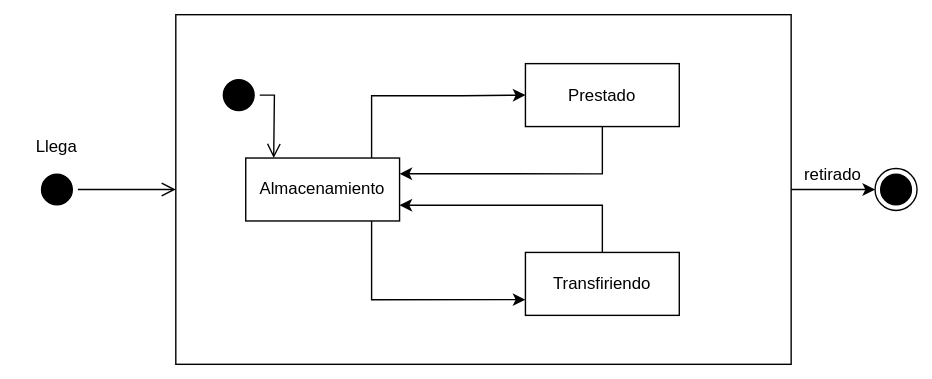
Above: assets/Diagrama de estados objeto.drawio.svg in Emilio-115/Proyecto-IR-G2-12 (draw.io), before the change. Source tidied: cells renumbered, new cells last; positions are measured from the earlier drawing's top-left corner, leaving out a move shared by most shapes. The source it was exported from:
```xml
<mxGraphModel>
  <root>
    <mxCell id="0" />
    <mxCell id="1" parent="0" />
    <mxCell id="2" style="edgeStyle=orthogonalEdgeStyle;rounded=0;jettySize=auto;html=1;entryX=0;entryY=0.5;entryDx=0;entryDy=0;" parent="1" edge="1" source="3" target="16">
      <mxGeometry relative="1" as="geometry" />
    </mxCell>
    <mxCell id="3" style="rounded=0;whiteSpace=wrap;html=1;" parent="1" vertex="1">
      <mxGeometry x="115" width="440" height="250" as="geometry" />
    </mxCell>
    <mxCell id="4" style="ellipse;html=1;shape=startState;fillColor=#000000;strokeColor=#000000;" parent="1" vertex="1">
      <mxGeometry x="15" y="110" width="30" height="30" as="geometry" />
    </mxCell>
    <mxCell id="5" style="edgeStyle=orthogonalEdgeStyle;html=1;verticalAlign=bottom;endArrow=open;endSize=8;strokeColor=#000000;rounded=0;" parent="1" edge="1" source="4">
      <mxGeometry relative="1" as="geometry">
        <mxPoint x="115" y="125" as="targetPoint" />
      </mxGeometry>
    </mxCell>
    <mxCell id="6" value="Llega" style="text;html=1;align=center;verticalAlign=middle;whiteSpace=wrap;rounded=0;" parent="1" vertex="1">
      <mxGeometry y="80" width="60" height="30" as="geometry" />
    </mxCell>
    <mxCell id="7" style="edgeStyle=orthogonalEdgeStyle;rounded=0;jettySize=auto;html=1;entryX=1;entryY=0.25;entryDx=0;entryDy=0;" parent="1" edge="1" source="8" target="12">
      <mxGeometry relative="1" as="geometry">
        <Array as="points">
          <mxPoint x="420" y="114" />
        </Array>
      </mxGeometry>
    </mxCell>
    <mxCell id="8" value="Prestado" style="rounded=0;whiteSpace=wrap;html=1;" parent="1" vertex="1">
      <mxGeometry x="365" y="35" width="110" height="45" as="geometry" />
    </mxCell>
    <mxCell id="9" style="ellipse;html=1;shape=startState;fillColor=#000000;strokeColor=#000000;" parent="1" vertex="1">
      <mxGeometry x="145" y="42.5" width="30" height="30" as="geometry" />
    </mxCell>
    <mxCell id="10" style="edgeStyle=orthogonalEdgeStyle;html=1;verticalAlign=bottom;endArrow=open;endSize=8;strokeColor=#000000;rounded=0;" parent="1" edge="1" source="9">
      <mxGeometry relative="1" as="geometry">
        <mxPoint x="185" y="102.5" as="targetPoint" />
      </mxGeometry>
    </mxCell>
    <mxCell id="11" style="edgeStyle=orthogonalEdgeStyle;rounded=0;jettySize=auto;html=1;entryX=0;entryY=0.5;entryDx=0;entryDy=0;" parent="1" edge="1" source="12" target="8">
      <mxGeometry relative="1" as="geometry">
        <Array as="points">
          <mxPoint x="255" y="58" />
          <mxPoint x="320" y="58" />
        </Array>
      </mxGeometry>
    </mxCell>
    <mxCell id="12" value="Almacenamiento" style="rounded=0;whiteSpace=wrap;html=1;" parent="1" vertex="1">
      <mxGeometry x="165" y="102.5" width="110" height="45" as="geometry" />
    </mxCell>
    <mxCell id="13" style="edgeStyle=orthogonalEdgeStyle;rounded=0;jettySize=auto;html=1;entryX=1;entryY=0.75;entryDx=0;entryDy=0;" parent="1" edge="1" source="14" target="12">
      <mxGeometry relative="1" as="geometry">
        <Array as="points">
          <mxPoint x="420" y="136" />
        </Array>
      </mxGeometry>
    </mxCell>
    <mxCell id="14" value="Transfiriendo" style="rounded=0;whiteSpace=wrap;html=1;" parent="1" vertex="1">
      <mxGeometry x="365" y="170" width="110" height="45" as="geometry" />
    </mxCell>
    <mxCell id="15" style="edgeStyle=orthogonalEdgeStyle;rounded=0;jettySize=auto;html=1;entryX=0;entryY=0.75;entryDx=0;entryDy=0;" parent="1" edge="1" source="12" target="14">
      <mxGeometry relative="1" as="geometry">
        <Array as="points">
          <mxPoint x="255" y="204" />
        </Array>
      </mxGeometry>
    </mxCell>
    <mxCell id="16" style="ellipse;html=1;shape=endState;fillColor=#000000;strokeColor=#000000;" parent="1" vertex="1">
      <mxGeometry x="615" y="110" width="30" height="30" as="geometry" />
    </mxCell>
    <mxCell id="17" value="retirado" style="text;html=1;align=center;verticalAlign=middle;whiteSpace=wrap;rounded=0;" parent="1" vertex="1">
      <mxGeometry x="555" y="100" width="60" height="30" as="geometry" />
    </mxCell>
  </root>
</mxGraphModel>
```
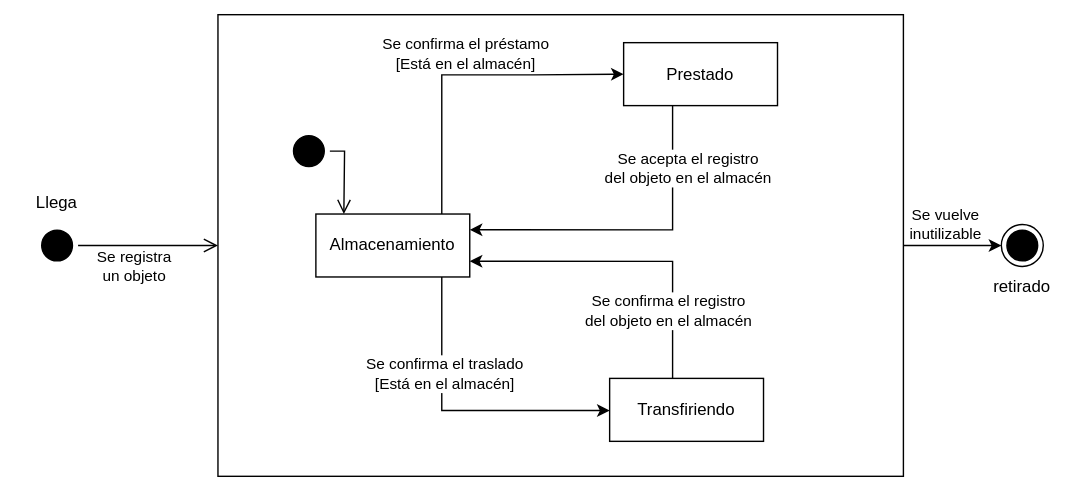
Later version of the same file.

Commit message:
añadir eventos diagrama de estados

The edit, as a diff of the source:
```diff
@@ -5,19 +5,27 @@
     <mxCell id="2" style="edgeStyle=orthogonalEdgeStyle;rounded=0;jettySize=auto;html=1;entryX=0;entryY=0.5;entryDx=0;entryDy=0;" parent="1" edge="1" source="3" target="16">
       <mxGeometry relative="1" as="geometry" />
     </mxCell>
+    <mxCell id="18" value="Se vuelve &lt;br&gt;inutilizable" style="edgeLabel;html=1;align=center;verticalAlign=middle;" parent="2" vertex="1">
+      <mxGeometry x="-0.38" y="-2" relative="1" as="geometry">
+        <mxPoint x="8" y="-17" as="offset" />
+      </mxGeometry>
+    </mxCell>
     <mxCell id="3" style="rounded=0;whiteSpace=wrap;html=1;" parent="1" vertex="1">
-      <mxGeometry x="115" width="440" height="250" as="geometry" />
+      <mxGeometry x="95" y="-40" width="490" height="330" as="geometry" />
     </mxCell>
     <mxCell id="4" style="ellipse;html=1;shape=startState;fillColor=#000000;strokeColor=#000000;" parent="1" vertex="1">
-      <mxGeometry x="15" y="110" width="30" height="30" as="geometry" />
+      <mxGeometry x="-35" y="110" width="30" height="30" as="geometry" />
     </mxCell>
-    <mxCell id="5" style="edgeStyle=orthogonalEdgeStyle;html=1;verticalAlign=bottom;endArrow=open;endSize=8;strokeColor=#000000;rounded=0;" parent="1" edge="1" source="4">
-      <mxGeometry relative="1" as="geometry">
-        <mxPoint x="115" y="125" as="targetPoint" />
-      </mxGeometry>
+    <mxCell id="5" style="edgeStyle=orthogonalEdgeStyle;html=1;verticalAlign=bottom;endArrow=open;endSize=8;strokeColor=#000000;rounded=0;" parent="1" edge="1" source="4" target="3">
+      <mxGeometry relative="1" as="geometry" />
     </mxCell>
+    <mxCell id="19" value="Se registra&lt;br&gt;un objeto" style="edgeLabel;html=1;align=center;verticalAlign=middle;" parent="5" vertex="1">
+      <mxGeometry x="-0.24" y="1" relative="1" as="geometry">
+        <mxPoint x="2" y="16" as="offset" />
+      </mxGeometry>
+    </mxCell>
     <mxCell id="6" value="Llega" style="text;html=1;align=center;verticalAlign=middle;whiteSpace=wrap;rounded=0;" parent="1" vertex="1">
-      <mxGeometry y="80" width="60" height="30" as="geometry" />
+      <mxGeometry x="-50" y="80" width="60" height="30" as="geometry" />
     </mxCell>
     <mxCell id="7" style="edgeStyle=orthogonalEdgeStyle;rounded=0;jettySize=auto;html=1;entryX=1;entryY=0.25;entryDx=0;entryDy=0;" parent="1" edge="1" source="8" target="12">
       <mxGeometry relative="1" as="geometry">
@@ -26,8 +34,13 @@
         </Array>
       </mxGeometry>
     </mxCell>
+    <mxCell id="20" value="Se acepta el registro &lt;br&gt;del objeto en el almacén" style="edgeLabel;html=1;align=center;verticalAlign=middle;" parent="7" vertex="1">
+      <mxGeometry x="-0.13" y="-2" relative="1" as="geometry">
+        <mxPoint x="23" y="-42" as="offset" />
+      </mxGeometry>
+    </mxCell>
     <mxCell id="8" value="Prestado" style="rounded=0;whiteSpace=wrap;html=1;" parent="1" vertex="1">
-      <mxGeometry x="365" y="35" width="110" height="45" as="geometry" />
+      <mxGeometry x="385" y="-20" width="110" height="45" as="geometry" />
     </mxCell>
     <mxCell id="9" style="ellipse;html=1;shape=startState;fillColor=#000000;strokeColor=#000000;" parent="1" vertex="1">
       <mxGeometry x="145" y="42.5" width="30" height="30" as="geometry" />
@@ -40,11 +53,16 @@
     <mxCell id="11" style="edgeStyle=orthogonalEdgeStyle;rounded=0;jettySize=auto;html=1;entryX=0;entryY=0.5;entryDx=0;entryDy=0;" parent="1" edge="1" source="12" target="8">
       <mxGeometry relative="1" as="geometry">
         <Array as="points">
-          <mxPoint x="255" y="58" />
-          <mxPoint x="320" y="58" />
+          <mxPoint x="255" y="3" />
+          <mxPoint x="320" y="3" />
         </Array>
       </mxGeometry>
     </mxCell>
+    <mxCell id="21" value="Se confirma el préstamo&lt;br&gt;[Está en el almacén]" style="edgeLabel;html=1;align=center;verticalAlign=middle;" parent="11" vertex="1">
+      <mxGeometry x="0.09" y="-1" relative="1" as="geometry">
+        <mxPoint x="-9" y="-16" as="offset" />
+      </mxGeometry>
+    </mxCell>
     <mxCell id="12" value="Almacenamiento" style="rounded=0;whiteSpace=wrap;html=1;" parent="1" vertex="1">
       <mxGeometry x="165" y="102.5" width="110" height="45" as="geometry" />
     </mxCell>
@@ -55,21 +73,27 @@
         </Array>
       </mxGeometry>
     </mxCell>
+    <mxCell id="22" value="Se confirma el registro &lt;br&gt;del objeto en el almacén" style="edgeLabel;html=1;align=center;verticalAlign=middle;" parent="13" vertex="1">
+      <mxGeometry x="-0.57" y="3" relative="1" as="geometry" />
+    </mxCell>
     <mxCell id="14" value="Transfiriendo" style="rounded=0;whiteSpace=wrap;html=1;" parent="1" vertex="1">
-      <mxGeometry x="365" y="170" width="110" height="45" as="geometry" />
+      <mxGeometry x="375" y="220" width="110" height="45" as="geometry" />
     </mxCell>
-    <mxCell id="15" style="edgeStyle=orthogonalEdgeStyle;rounded=0;jettySize=auto;html=1;entryX=0;entryY=0.75;entryDx=0;entryDy=0;" parent="1" edge="1" source="12" target="14">
+    <mxCell id="15" style="edgeStyle=orthogonalEdgeStyle;rounded=0;jettySize=auto;html=1;" parent="1" edge="1" source="12" target="14">
       <mxGeometry relative="1" as="geometry">
         <Array as="points">
-          <mxPoint x="255" y="204" />
+          <mxPoint x="255" y="243" />
         </Array>
       </mxGeometry>
     </mxCell>
+    <mxCell id="23" value="Se confirma el traslado&lt;br&gt;[Está en el almacén]" style="edgeLabel;html=1;align=center;verticalAlign=middle;" parent="15" vertex="1">
+      <mxGeometry x="-0.36" y="2" relative="1" as="geometry" />
+    </mxCell>
     <mxCell id="16" style="ellipse;html=1;shape=endState;fillColor=#000000;strokeColor=#000000;" parent="1" vertex="1">
-      <mxGeometry x="615" y="110" width="30" height="30" as="geometry" />
+      <mxGeometry x="655" y="110" width="30" height="30" as="geometry" />
     </mxCell>
     <mxCell id="17" value="retirado" style="text;html=1;align=center;verticalAlign=middle;whiteSpace=wrap;rounded=0;" parent="1" vertex="1">
-      <mxGeometry x="555" y="100" width="60" height="30" as="geometry" />
+      <mxGeometry x="640" y="140" width="60" height="30" as="geometry" />
     </mxCell>
   </root>
 </mxGraphModel>
```
